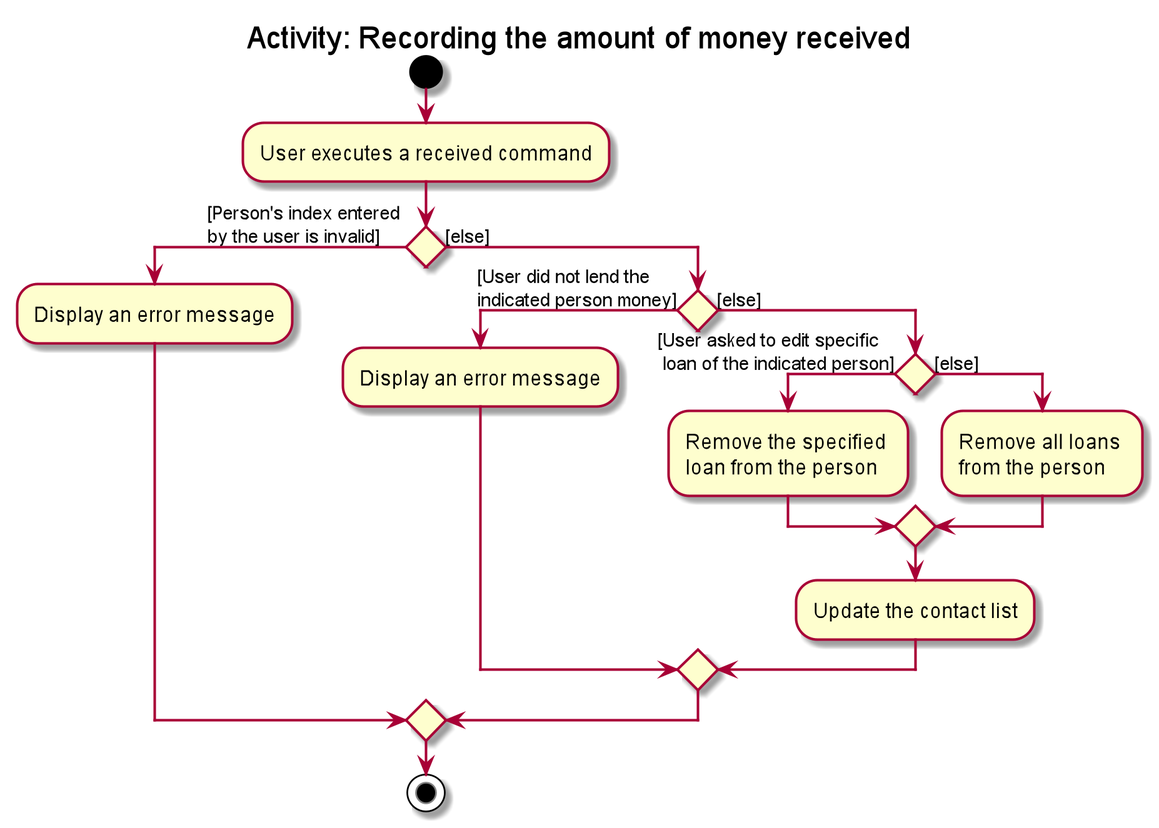
Above: docs/images/ReceivedActivityDiagram.png in syinyichen/main (PlantUML), before the change.
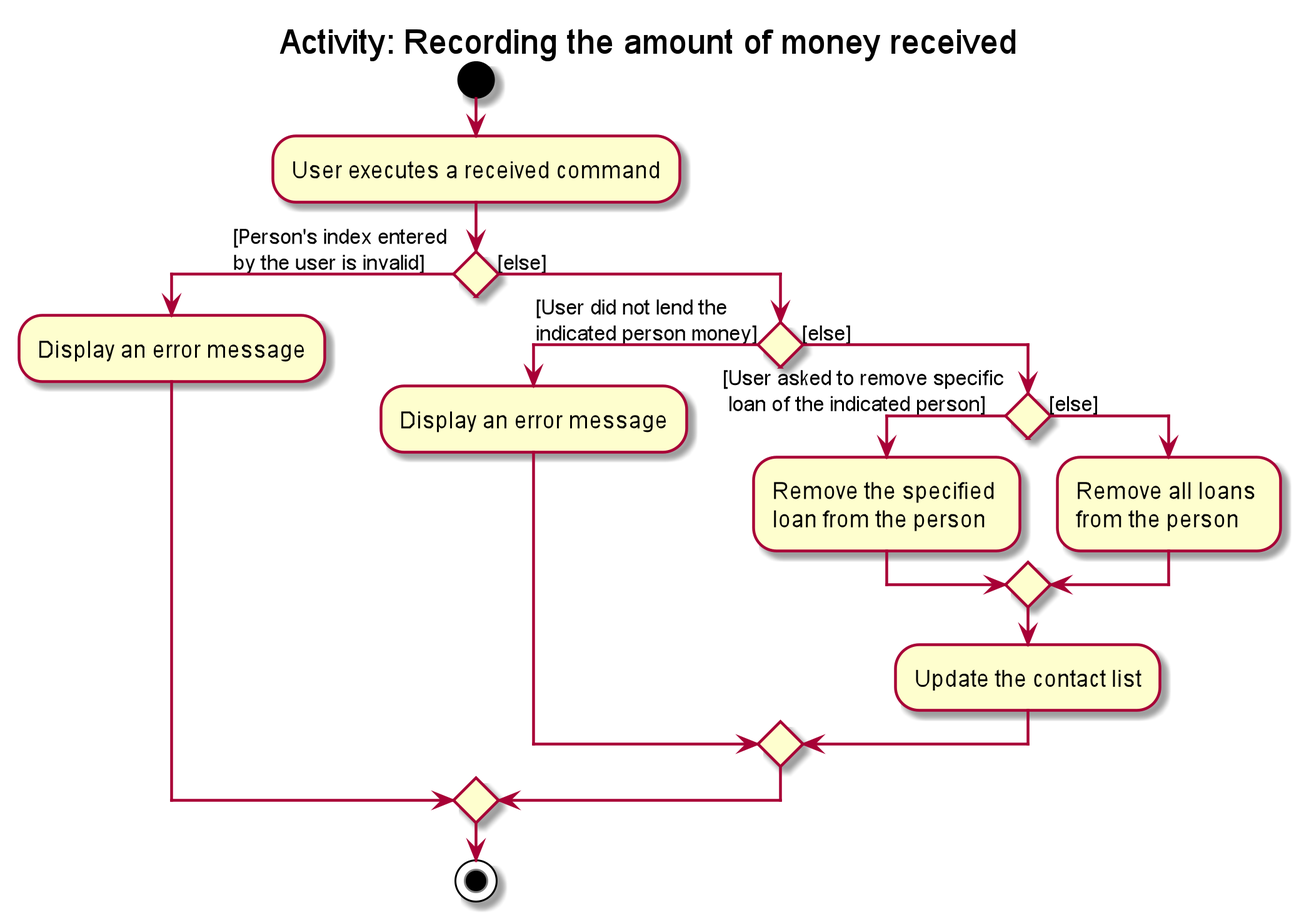
The same file after the commit.

Commit message:
Correct received activity diagram

Change to the diagram source:
```diff
@@ -9,7 +9,7 @@
     if () then ([User did not lend the \nindicated person money])
         :Display an error message;
     else ([else])
-        if () then ([User asked to edit specific\n loan of the indicated person])
+        if () then ([User asked to remove specific\n loan of the indicated person])
             :Remove the specified \nloan from the person;
         else ([else])
             :Remove all loans \nfrom the person;
```
